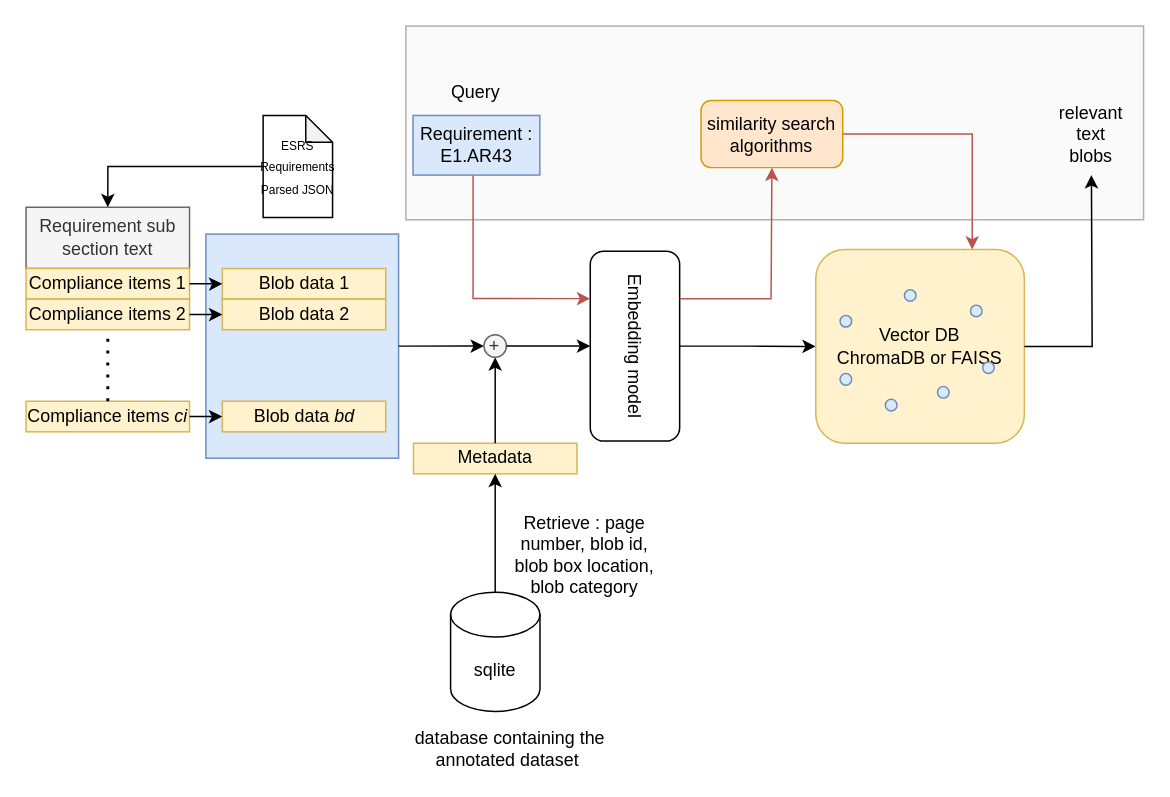
Before: page "Page-9" (9 of 13) of ir_sys.drawio in prabhupad26/100daysofML, a draw.io diagram. Source tidied: cells renumbered, new cells numbered last; positions are measured from the earlier drawing's top-left corner, leaving out a move shared by most shapes. Both pictures are drawn from the tidied source at 149%, with x=0, y=0 at pixel (25, 25).
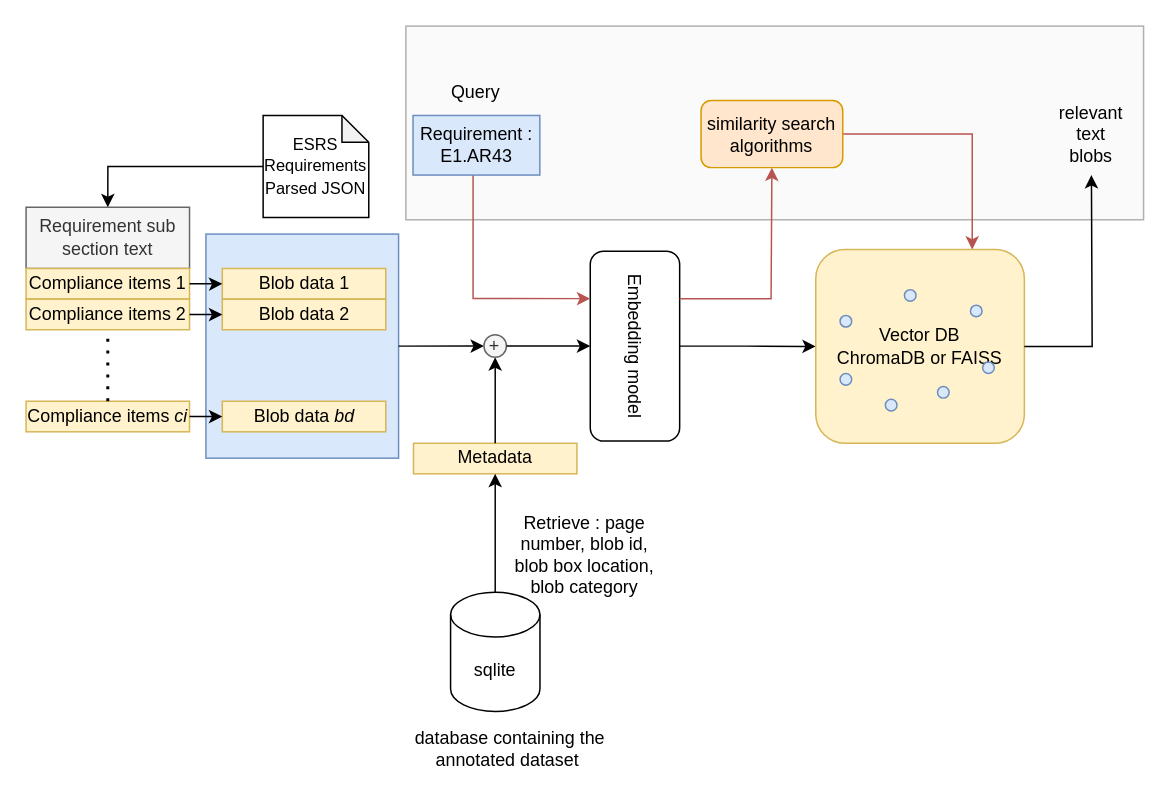
The same diagram, later.

Unchanged cells that the change refers to:
```xml
<mxCell id="3" style="group;" parent="1" vertex="1">
  <mxGeometry y="60" width="250" height="230" as="geometry" />
</mxCell>
```

What changed in the source:
```diff
@@
-    <mxCell id="11" value="&lt;font style=&quot;font-size: 8px;&quot;&gt;ESRS Requirements Parsed JSON&lt;/font&gt;" style="shape=note;whiteSpace=wrap;html=1;backgroundOutline=1;darkOpacity=0.05;size=18;" parent="3" vertex="1">
-      <mxGeometry x="159.1" width="46.6" height="68.5" as="geometry" />
+    <mxCell id="11" value="&lt;font style=&quot;font-size: 11px;&quot;&gt;ESRS Requirements Parsed JSON&lt;/font&gt;" style="shape=note;whiteSpace=wrap;html=1;backgroundOutline=1;darkOpacity=0.05;size=18;" parent="3" vertex="1">
+      <mxGeometry x="159.1" width="70.9" height="68.5" as="geometry" />
     </mxCell>
```
